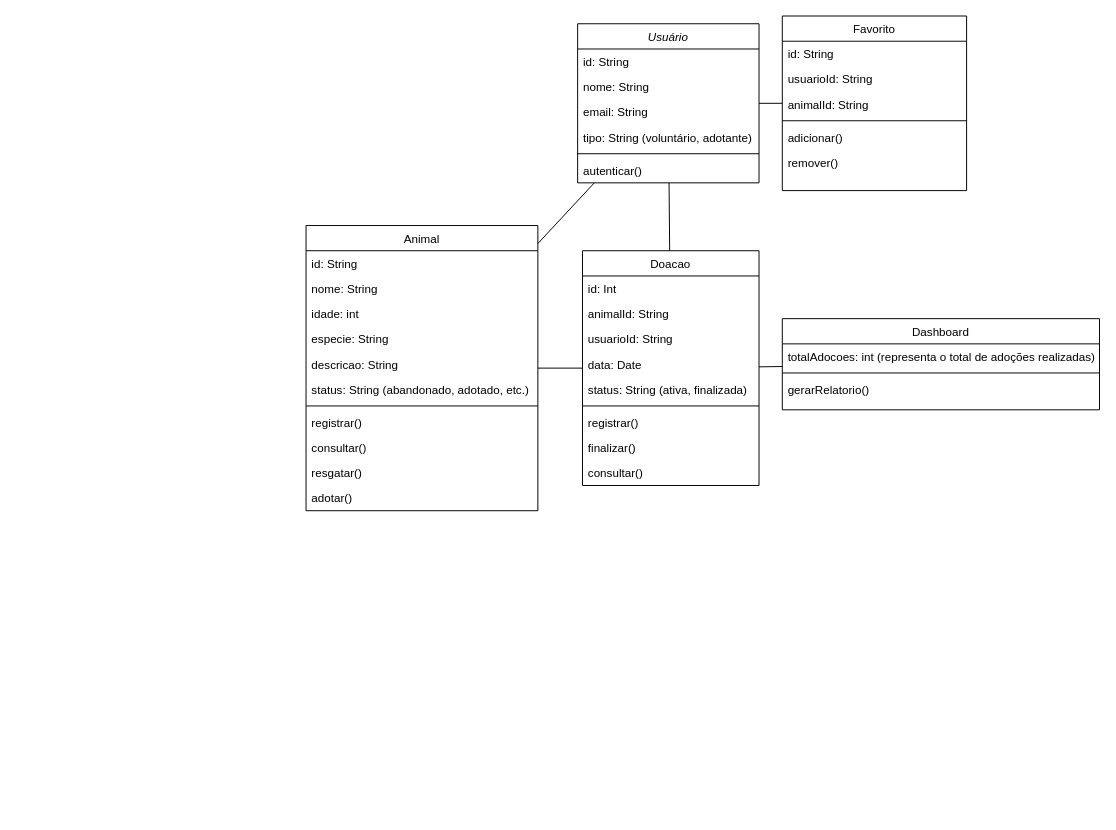
This is Diagrama de classe.drawio from JoaoGans/DRAW.tcc, a draw.io file, before an edit. Source tidied: cells renumbered, new cells numbered last; positions are measured from the earlier drawing's top-left corner, leaving out a move shared by most shapes. Both pictures are drawn from the tidied source at 97%, with x=0, y=0 at pixel (306, 16).
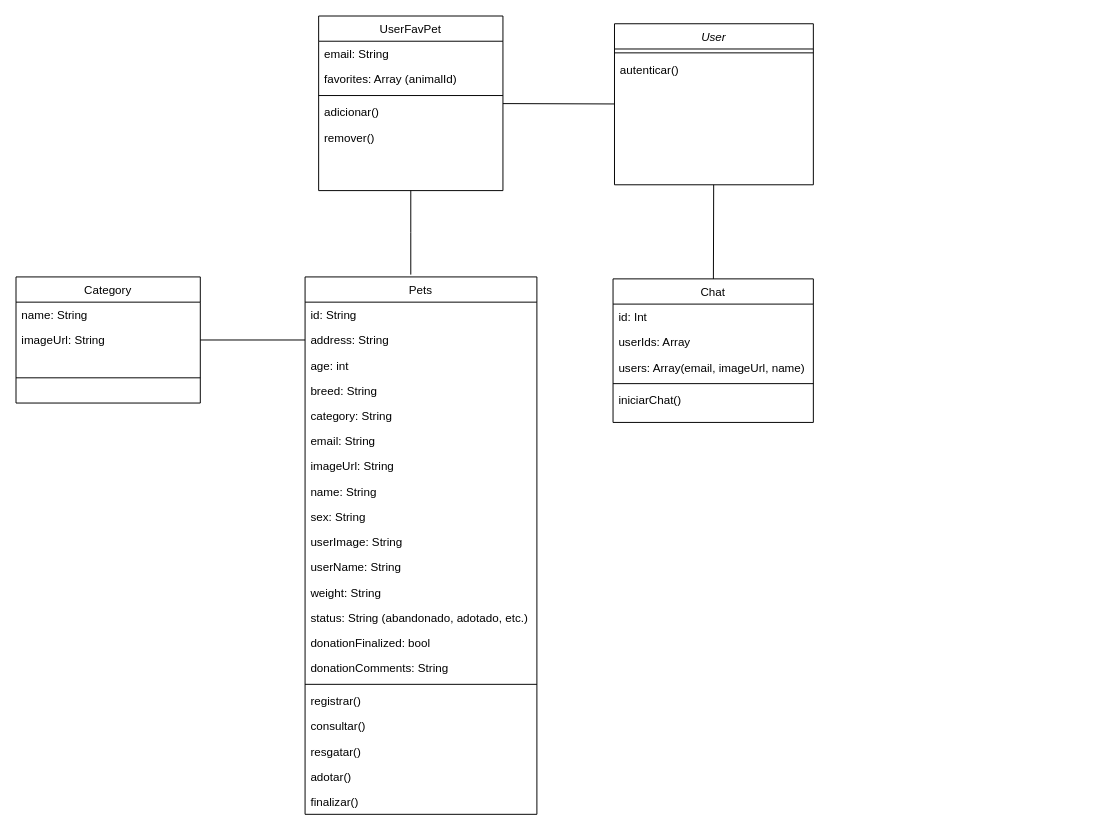
The same diagram, later.

What changed in the source:
```diff
@@
-    <mxCell id="2" value="Usuário" style="swimlane;fontStyle=2;align=center;verticalAlign=top;horizontal=1;startSize=26;rounded=0;shadow=0;strokeWidth=1;" parent="1" vertex="1">
-      <mxGeometry x="280" y="8" width="187" height="164" as="geometry" />
+    <mxCell id="2" value="User" style="swimlane;fontStyle=2;align=center;verticalAlign=top;horizontal=1;startSize=26;rounded=0;shadow=0;strokeWidth=1;" parent="1" vertex="1">
+      <mxGeometry x="318" y="8" width="205" height="166" as="geometry" />
     </mxCell>
-    <mxCell id="3" value="id: String&#10;" style="text;align=left;verticalAlign=top;spacingLeft=4;spacingRight=4;overflow=hidden;" parent="2" vertex="1">
-      <mxGeometry y="26" width="187" height="26" as="geometry" />
-    </mxCell>
-    <mxCell id="4" value="nome: String&#10;" style="text;align=left;verticalAlign=top;spacingLeft=4;spacingRight=4;overflow=hidden;rounded=0;shadow=0;html=0;" parent="2" vertex="1">
-      <mxGeometry y="52" width="187" height="26" as="geometry" />
-    </mxCell>
-    <mxCell id="5" value="email: String&#10;" style="text;align=left;verticalAlign=top;spacingLeft=4;spacingRight=4;overflow=hidden;rounded=0;shadow=0;html=0;" parent="2" vertex="1">
-      <mxGeometry y="78" width="187" height="26" as="geometry" />
-    </mxCell>
-    <mxCell id="6" value="tipo: String (voluntário, adotante)&#10;" style="text;align=left;verticalAlign=top;spacingLeft=4;spacingRight=4;overflow=hidden;rounded=0;shadow=0;html=0;" parent="2" vertex="1">
-      <mxGeometry y="104" width="187" height="26" as="geometry" />
-    </mxCell>
     <mxCell id="7" style="line;html=1;strokeWidth=1;align=left;verticalAlign=middle;spacingTop=-1;spacingLeft=3;spacingRight=3;labelPosition=right;" parent="2" vertex="1">
-      <mxGeometry y="130" width="187" height="8" as="geometry" />
+      <mxGeometry y="26" width="205" height="8" as="geometry" />
     </mxCell>
     <mxCell id="8" value="autenticar() &#10;" style="text;align=left;verticalAlign=top;spacingLeft=4;spacingRight=4;overflow=hidden;rounded=0;shadow=0;html=0;" parent="2" vertex="1">
-      <mxGeometry y="138" width="187" height="26" as="geometry" />
+      <mxGeometry y="34" width="205" height="26" as="geometry" />
     </mxCell>
+    <mxCell id="47" style="edgeStyle=orthogonalEdgeStyle;rounded=0;jettySize=auto;html=1;strokeColor=default;endArrow=none;endFill=0;" parent="1" edge="1" source="9">
+      <mxGeometry relative="1" as="geometry">
+        <mxPoint x="108" y="266.6" as="targetPoint" />
+      </mxGeometry>
+    </mxCell>
-    <mxCell id="9" value="Favorito" style="swimlane;fontStyle=0;align=center;verticalAlign=top;horizontal=1;startSize=26;rounded=0;shadow=0;strokeWidth=1;" parent="1" vertex="1">
-      <mxGeometry x="491" width="190" height="180" as="geometry" />
+    <mxCell id="9" value="UserFavPet" style="swimlane;fontStyle=0;align=center;verticalAlign=top;horizontal=1;startSize=26;rounded=0;shadow=0;strokeWidth=1;" parent="1" vertex="1">
+      <mxGeometry x="13" width="190" height="180" as="geometry" />
     </mxCell>
-    <mxCell id="10" value="id: String&#10;" style="text;align=left;verticalAlign=top;spacingLeft=4;spacingRight=4;overflow=hidden;" parent="9" vertex="1">
+    <mxCell id="10" value="email: String&#10;" style="text;align=left;verticalAlign=top;spacingLeft=4;spacingRight=4;overflow=hidden;" parent="9" vertex="1">
       <mxGeometry y="26" width="190" height="26" as="geometry" />
     </mxCell>
-    <mxCell id="11" value="usuarioId: String&#10;" style="text;align=left;verticalAlign=top;spacingLeft=4;spacingRight=4;overflow=hidden;" parent="9" vertex="1">
+    <mxCell id="11" value="favorites: Array (animalId)" style="text;align=left;verticalAlign=top;spacingLeft=4;spacingRight=4;overflow=hidden;" parent="9" vertex="1">
       <mxGeometry y="52" width="190" height="26" as="geometry" />
     </mxCell>
-    <mxCell id="12" value="animalId: String&#10;" style="text;align=left;verticalAlign=top;spacingLeft=4;spacingRight=4;overflow=hidden;" parent="9" vertex="1">
-      <mxGeometry y="78" width="190" height="26" as="geometry" />
-    </mxCell>
     <mxCell id="13" style="line;html=1;strokeWidth=1;align=left;verticalAlign=middle;spacingTop=-1;spacingLeft=3;spacingRight=3;labelPosition=right;" parent="9" vertex="1">
-      <mxGeometry y="104" width="190" height="8" as="geometry" />
+      <mxGeometry y="78" width="190" height="8" as="geometry" />
     </mxCell>
     <mxCell id="14" value="adicionar()&#10;" style="text;align=left;verticalAlign=top;spacingLeft=4;spacingRight=4;overflow=hidden;" parent="9" vertex="1">
-      <mxGeometry y="112" width="190" height="26" as="geometry" />
+      <mxGeometry y="86" width="190" height="26" as="geometry" />
     </mxCell>
     <mxCell id="15" value="remover() " style="text;align=left;verticalAlign=top;spacingLeft=4;spacingRight=4;overflow=hidden;" parent="9" vertex="1">
-      <mxGeometry y="138" width="190" height="26" as="geometry" />
+      <mxGeometry y="112" width="190" height="26" as="geometry" />
     </mxCell>
-    <mxCell id="16" value="Doacao" style="swimlane;fontStyle=0;align=center;verticalAlign=top;horizontal=1;startSize=26;rounded=0;shadow=0;strokeWidth=1;" parent="1" vertex="1">
-      <mxGeometry x="285" y="242" width="182" height="242" as="geometry" />
+    <mxCell id="16" value="Chat" style="swimlane;fontStyle=0;align=center;verticalAlign=top;horizontal=1;startSize=26;rounded=0;shadow=0;strokeWidth=1;" parent="1" vertex="1">
+      <mxGeometry x="316.5" y="271" width="206.5" height="148" as="geometry" />
     </mxCell>
     <mxCell id="17" value="id: Int" style="text;align=left;verticalAlign=top;spacingLeft=4;spacingRight=4;overflow=hidden;" parent="16" vertex="1">
-      <mxGeometry y="26" width="182" height="26" as="geometry" />
+      <mxGeometry y="26" width="206.5" height="26" as="geometry" />
     </mxCell>
-    <mxCell id="18" value="animalId: String&#10;" style="text;align=left;verticalAlign=top;spacingLeft=4;spacingRight=4;overflow=hidden;rounded=0;shadow=0;html=0;" parent="16" vertex="1">
-      <mxGeometry y="52" width="182" height="26" as="geometry" />
+    <mxCell id="18" value="userIds: Array&#10;" style="text;align=left;verticalAlign=top;spacingLeft=4;spacingRight=4;overflow=hidden;rounded=0;shadow=0;html=0;" parent="16" vertex="1">
+      <mxGeometry y="52" width="206.5" height="26" as="geometry" />
     </mxCell>
-    <mxCell id="19" value="usuarioId: String&#10;" style="text;align=left;verticalAlign=top;spacingLeft=4;spacingRight=4;overflow=hidden;" parent="16" vertex="1">
-      <mxGeometry y="78" width="182" height="26" as="geometry" />
+    <mxCell id="19" value="users: Array(email, imageUrl, name)&#10;" style="text;align=left;verticalAlign=top;spacingLeft=4;spacingRight=4;overflow=hidden;" parent="16" vertex="1">
+      <mxGeometry y="78" width="206.5" height="26" as="geometry" />
     </mxCell>
-    <mxCell id="20" value="data: Date&#10;" style="text;align=left;verticalAlign=top;spacingLeft=4;spacingRight=4;overflow=hidden;" parent="16" vertex="1">
-      <mxGeometry y="104" width="182" height="26" as="geometry" />
-    </mxCell>
-    <mxCell id="21" value="status: String (ativa, finalizada)&#10;" style="text;align=left;verticalAlign=top;spacingLeft=4;spacingRight=4;overflow=hidden;" parent="16" vertex="1">
-      <mxGeometry y="130" width="182" height="26" as="geometry" />
-    </mxCell>
     <mxCell id="22" style="line;html=1;strokeWidth=1;align=left;verticalAlign=middle;spacingTop=-1;spacingLeft=3;spacingRight=3;labelPosition=right;" parent="16" vertex="1">
-      <mxGeometry y="156" width="182" height="8" as="geometry" />
+      <mxGeometry y="104" width="206.5" height="8" as="geometry" />
     </mxCell>
-    <mxCell id="23" value="registrar() &#10;" style="text;align=left;verticalAlign=top;spacingLeft=4;spacingRight=4;overflow=hidden;" parent="16" vertex="1">
-      <mxGeometry y="164" width="182" height="26" as="geometry" />
+    <mxCell id="23" value="iniciarChat() &#10;" style="text;align=left;verticalAlign=top;spacingLeft=4;spacingRight=4;overflow=hidden;" parent="16" vertex="1">
+      <mxGeometry y="112" width="206.5" height="26" as="geometry" />
     </mxCell>
-    <mxCell id="24" value="finalizar() &#10;" style="text;align=left;verticalAlign=top;spacingLeft=4;spacingRight=4;overflow=hidden;" parent="16" vertex="1">
-      <mxGeometry y="190" width="182" height="26" as="geometry" />
-    </mxCell>
-    <mxCell id="25" value="consultar() &#10;" style="text;align=left;verticalAlign=top;spacingLeft=4;spacingRight=4;overflow=hidden;" parent="16" vertex="1">
-      <mxGeometry y="216" width="182" height="26" as="geometry" />
-    </mxCell>
-    <mxCell id="26" value="Animal" style="swimlane;fontStyle=0;align=center;verticalAlign=top;horizontal=1;startSize=26;rounded=0;shadow=0;strokeWidth=1;" parent="1" vertex="1">
-      <mxGeometry y="216" width="239" height="294" as="geometry" />
+    <mxCell id="26" value="Pets" style="swimlane;fontStyle=0;align=center;verticalAlign=top;horizontal=1;startSize=26;rounded=0;shadow=0;strokeWidth=1;" parent="1" vertex="1">
+      <mxGeometry x="-1" y="269" width="239" height="554" as="geometry" />
     </mxCell>
@@
-    <mxCell id="28" value="nome: String" style="text;align=left;verticalAlign=top;spacingLeft=4;spacingRight=4;overflow=hidden;points=[[0,0.5],[1,0.5]];portConstraint=eastwest;rounded=0;shadow=0;html=0;" parent="26" vertex="1">
+    <mxCell id="28" value="address: String" style="text;align=left;verticalAlign=top;spacingLeft=4;spacingRight=4;overflow=hidden;points=[[0,0.5],[1,0.5]];portConstraint=eastwest;rounded=0;shadow=0;html=0;" parent="26" vertex="1">
       <mxGeometry y="52" width="239" height="26" as="geometry" />
     </mxCell>
-    <mxCell id="29" value="idade: int&#10;" style="text;align=left;verticalAlign=top;spacingLeft=4;spacingRight=4;overflow=hidden;rounded=0;shadow=0;html=0;" parent="26" vertex="1">
+    <mxCell id="29" value="age: int&#10;" style="text;align=left;verticalAlign=top;spacingLeft=4;spacingRight=4;overflow=hidden;rounded=0;shadow=0;html=0;" parent="26" vertex="1">
       <mxGeometry y="78" width="239" height="26" as="geometry" />
     </mxCell>
-    <mxCell id="30" value="especie: String &#10;" style="text;align=left;verticalAlign=top;spacingLeft=4;spacingRight=4;overflow=hidden;rounded=0;shadow=0;html=0;" parent="26" vertex="1">
+    <mxCell id="30" value="breed: String &#10;" style="text;align=left;verticalAlign=top;spacingLeft=4;spacingRight=4;overflow=hidden;rounded=0;shadow=0;html=0;" parent="26" vertex="1">
       <mxGeometry y="104" width="239" height="26" as="geometry" />
     </mxCell>
-    <mxCell id="31" value="descricao: String &#10;" style="text;align=left;verticalAlign=top;spacingLeft=4;spacingRight=4;overflow=hidden;rounded=0;shadow=0;html=0;" parent="26" vertex="1">
+    <mxCell id="31" value="category: String &#10;" style="text;align=left;verticalAlign=top;spacingLeft=4;spacingRight=4;overflow=hidden;rounded=0;shadow=0;html=0;" parent="26" vertex="1">
       <mxGeometry y="130" width="239" height="26" as="geometry" />
     </mxCell>
+    <mxCell id="5" value="email: String &#10;" style="text;align=left;verticalAlign=top;spacingLeft=4;spacingRight=4;overflow=hidden;rounded=0;shadow=0;html=0;" parent="26" vertex="1">
+      <mxGeometry y="156" width="239" height="26" as="geometry" />
+    </mxCell>
+    <mxCell id="48" value="imageUrl: String &#10;" style="text;align=left;verticalAlign=top;spacingLeft=4;spacingRight=4;overflow=hidden;rounded=0;shadow=0;html=0;" parent="26" vertex="1">
+      <mxGeometry y="182" width="239" height="26" as="geometry" />
+    </mxCell>
+    <mxCell id="49" value="name: String &#10;" style="text;align=left;verticalAlign=top;spacingLeft=4;spacingRight=4;overflow=hidden;rounded=0;shadow=0;html=0;" parent="26" vertex="1">
+      <mxGeometry y="208" width="239" height="26" as="geometry" />
+    </mxCell>
+    <mxCell id="50" value="sex: String &#10;" style="text;align=left;verticalAlign=top;spacingLeft=4;spacingRight=4;overflow=hidden;rounded=0;shadow=0;html=0;" parent="26" vertex="1">
+      <mxGeometry y="234" width="239" height="26" as="geometry" />
+    </mxCell>
+    <mxCell id="51" value="userImage: String &#10;" style="text;align=left;verticalAlign=top;spacingLeft=4;spacingRight=4;overflow=hidden;rounded=0;shadow=0;html=0;" parent="26" vertex="1">
+      <mxGeometry y="260" width="239" height="26" as="geometry" />
+    </mxCell>
+    <mxCell id="52" value="userName: String &#10;" style="text;align=left;verticalAlign=top;spacingLeft=4;spacingRight=4;overflow=hidden;rounded=0;shadow=0;html=0;" parent="26" vertex="1">
+      <mxGeometry y="286" width="239" height="26" as="geometry" />
+    </mxCell>
+    <mxCell id="53" value="weight: String &#10;" style="text;align=left;verticalAlign=top;spacingLeft=4;spacingRight=4;overflow=hidden;rounded=0;shadow=0;html=0;" parent="26" vertex="1">
+      <mxGeometry y="312" width="239" height="26" as="geometry" />
+    </mxCell>
     <mxCell id="32" value="status: String (abandonado, adotado, etc.) &#10;" style="text;align=left;verticalAlign=top;spacingLeft=4;spacingRight=4;overflow=hidden;rounded=0;shadow=0;html=0;" parent="26" vertex="1">
-      <mxGeometry y="156" width="239" height="26" as="geometry" />
+      <mxGeometry y="338" width="239" height="26" as="geometry" />
     </mxCell>
+    <mxCell id="54" value="donationFinalized: bool&#10; &#10;" style="text;align=left;verticalAlign=top;spacingLeft=4;spacingRight=4;overflow=hidden;rounded=0;shadow=0;html=0;" parent="26" vertex="1">
+      <mxGeometry y="364" width="239" height="26" as="geometry" />
+    </mxCell>
+    <mxCell id="55" value="donationComments: String&#10; &#10;" style="text;align=left;verticalAlign=top;spacingLeft=4;spacingRight=4;overflow=hidden;rounded=0;shadow=0;html=0;" parent="26" vertex="1">
+      <mxGeometry y="390" width="239" height="26" as="geometry" />
+    </mxCell>
     <mxCell id="33" style="line;html=1;strokeWidth=1;align=left;verticalAlign=middle;spacingTop=-1;spacingLeft=3;spacingRight=3;labelPosition=right;" parent="26" vertex="1">
-      <mxGeometry y="182" width="239" height="8" as="geometry" />
+      <mxGeometry y="416" width="239" height="8" as="geometry" />
     </mxCell>
     <mxCell id="34" value="registrar() &#10;" style="text;align=left;verticalAlign=top;spacingLeft=4;spacingRight=4;overflow=hidden;rounded=0;shadow=0;html=0;" parent="26" vertex="1">
-      <mxGeometry y="190" width="239" height="26" as="geometry" />
+      <mxGeometry y="424" width="239" height="26" as="geometry" />
     </mxCell>
     <mxCell id="35" value="consultar() &#10;" style="text;align=left;verticalAlign=top;spacingLeft=4;spacingRight=4;overflow=hidden;rounded=0;shadow=0;html=0;" parent="26" vertex="1">
-      <mxGeometry y="216" width="239" height="26" as="geometry" />
+      <mxGeometry y="450" width="239" height="26" as="geometry" />
     </mxCell>
     <mxCell id="36" value="resgatar() &#10;" style="text;align=left;verticalAlign=top;spacingLeft=4;spacingRight=4;overflow=hidden;rounded=0;shadow=0;html=0;" parent="26" vertex="1">
-      <mxGeometry y="242" width="239" height="26" as="geometry" />
+      <mxGeometry y="476" width="239" height="26" as="geometry" />
     </mxCell>
     <mxCell id="37" value="adotar() &#10;" style="text;align=left;verticalAlign=top;spacingLeft=4;spacingRight=4;overflow=hidden;rounded=0;shadow=0;html=0;" parent="26" vertex="1">
-      <mxGeometry y="268" width="239" height="26" as="geometry" />
+      <mxGeometry y="502" width="239" height="26" as="geometry" />
     </mxCell>
-    <mxCell id="38" value="Dashboard" style="swimlane;fontStyle=0;align=center;verticalAlign=top;horizontal=1;startSize=26;rounded=0;shadow=0;strokeWidth=1;" parent="1" vertex="1">
-      <mxGeometry x="491" y="312" width="327" height="94" as="geometry" />
-    </mxCell>
-    <mxCell id="39" value="totalAdocoes: int (representa o total de adoções realizadas) &#10;" style="text;align=left;verticalAlign=top;spacingLeft=4;spacingRight=4;overflow=hidden;" parent="38" vertex="1">
-      <mxGeometry y="26" width="327" height="26" as="geometry" />
-    </mxCell>
-    <mxCell id="40" style="line;html=1;strokeWidth=1;align=left;verticalAlign=middle;spacingTop=-1;spacingLeft=3;spacingRight=3;labelPosition=right;" parent="38" vertex="1">
-      <mxGeometry y="52" width="327" height="8" as="geometry" />
-    </mxCell>
-    <mxCell id="41" value="gerarRelatorio()&#10;" style="text;align=left;verticalAlign=top;spacingLeft=4;spacingRight=4;overflow=hidden;" parent="38" vertex="1">
-      <mxGeometry y="60" width="327" height="26" as="geometry" />
-    </mxCell>
-    <mxCell id="42" style="endArrow=none;html=1;rounded=0;" parent="1" edge="1" source="26" target="16">
-      <mxGeometry relative="1" as="geometry" />
-    </mxCell>
+    <mxCell id="24" value="finalizar() &#10;" style="text;align=left;verticalAlign=top;spacingLeft=4;spacingRight=4;overflow=hidden;rounded=0;shadow=0;html=0;" parent="26" vertex="1">
+      <mxGeometry y="528" width="239" height="26" as="geometry" />
+    </mxCell>
@@
-    <mxCell id="45" style="endArrow=none;html=1;rounded=0;" parent="1" edge="1" source="26" target="2">
-      <mxGeometry relative="1" as="geometry" />
-    </mxCell>
-    <mxCell id="46" style="endArrow=none;html=1;rounded=0;" parent="1" edge="1" source="16" target="38">
-      <mxGeometry relative="1" as="geometry" />
-    </mxCell>
+    <mxCell id="56" value="Category" style="swimlane;fontStyle=0;align=center;verticalAlign=top;horizontal=1;startSize=26;rounded=0;shadow=0;strokeWidth=1;" parent="1" vertex="1">
+      <mxGeometry x="-299" y="269" width="190" height="130" as="geometry" />
+    </mxCell>
+    <mxCell id="57" value="name: String&#10;" style="text;align=left;verticalAlign=top;spacingLeft=4;spacingRight=4;overflow=hidden;" parent="56" vertex="1">
+      <mxGeometry y="26" width="190" height="26" as="geometry" />
+    </mxCell>
+    <mxCell id="58" value="imageUrl: String&#10;" style="text;align=left;verticalAlign=top;spacingLeft=4;spacingRight=4;overflow=hidden;points=[[0,0.5],[1,0.5]];portConstraint=eastwest;" parent="56" vertex="1">
+      <mxGeometry y="52" width="190" height="26" as="geometry" />
+    </mxCell>
+    <mxCell id="59" style="line;html=1;strokeWidth=1;align=left;verticalAlign=middle;spacingTop=-1;spacingLeft=3;spacingRight=3;labelPosition=right;" parent="56" vertex="1">
+      <mxGeometry y="78" width="190" height="52" as="geometry" />
+    </mxCell>
+    <mxCell id="60" style="edgeStyle=orthogonalEdgeStyle;rounded=0;jettySize=auto;html=1;entryX=0;entryY=0.5;entryDx=0;entryDy=0;endArrow=none;endFill=0;" parent="1" edge="1" source="58" target="28">
+      <mxGeometry relative="1" as="geometry" />
+    </mxCell>
```
